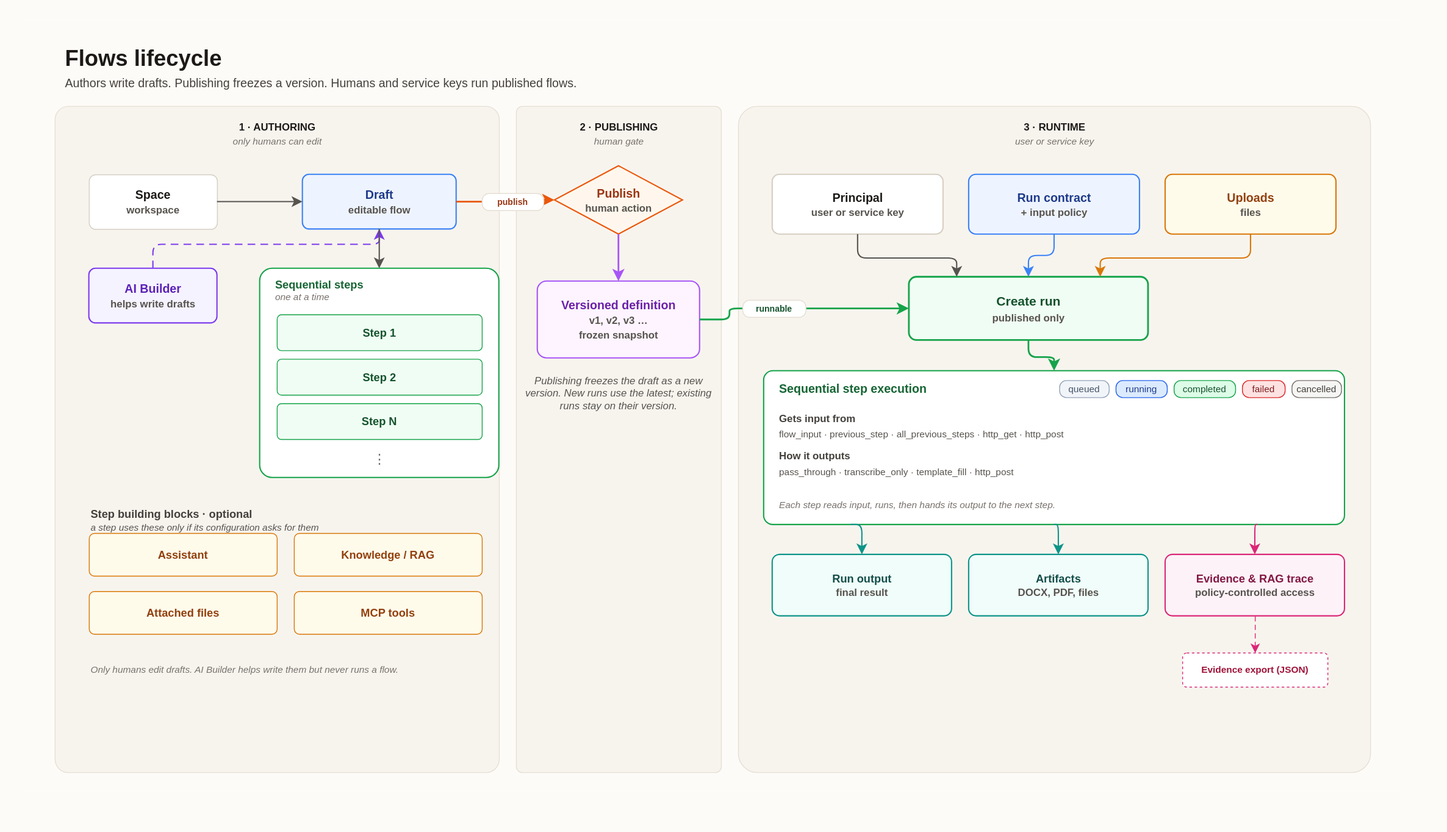
eneo-ai/eneo keeps this draw.io diagram as frontend/apps/docs-site/public/diagrams/flows-overview.svg. Above is the earlier version. Source tidied: cells renumbered, new cells last; positions are measured from the earlier drawing's top-left corner, leaving out a move shared by most shapes.
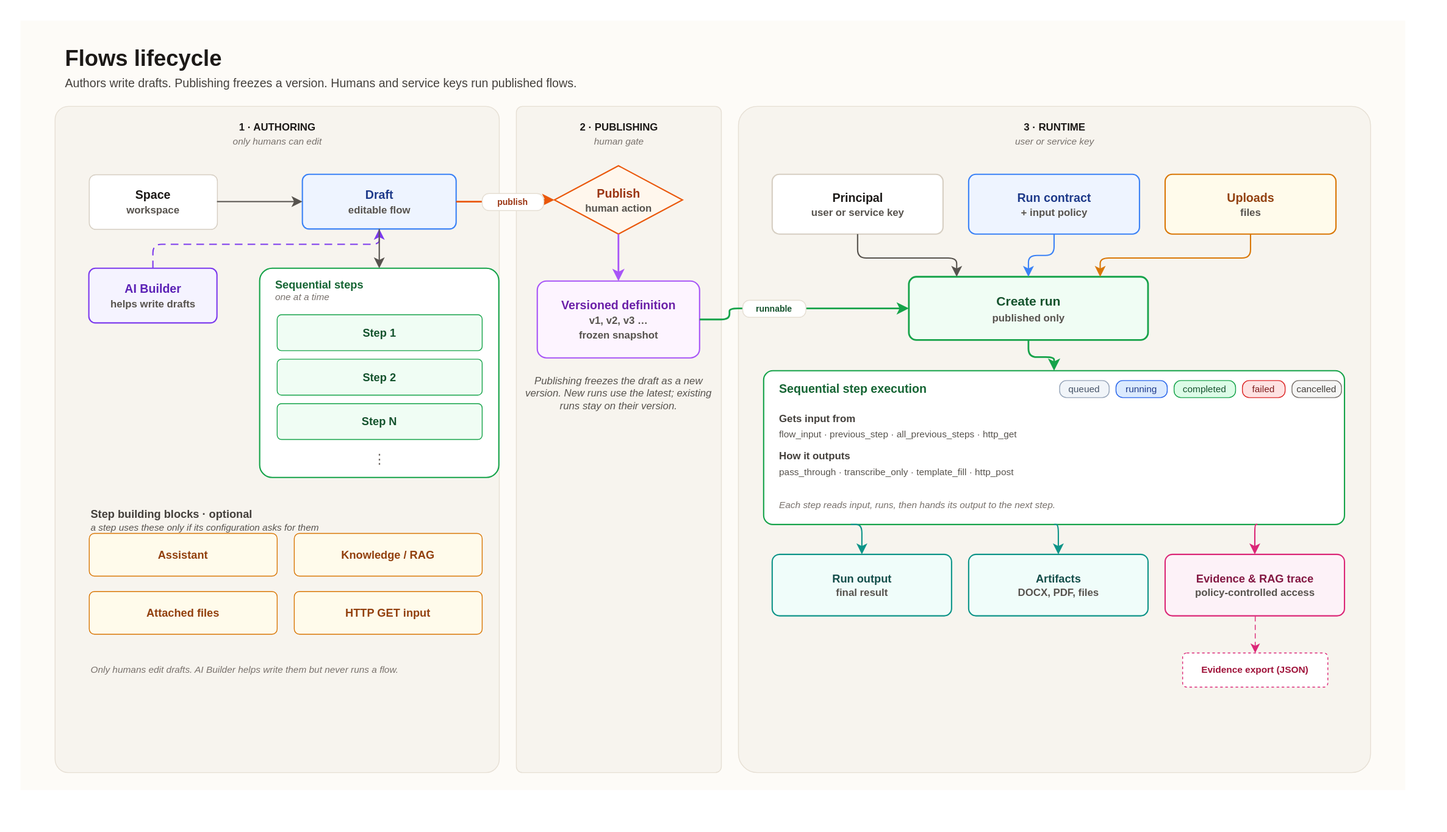
Later version of the same file.

What changed in the source:
```diff
@@ -83,7 +83,7 @@
     <mxCell id="28" value="Attached files" style="rounded=1;arcSize=12;whiteSpace=wrap;html=1;fillColor=#FFFBEB;strokeColor=#D97706;strokeWidth=1;fontSize=13;fontStyle=1;fontColor=#92400E;fontFamily=Helvetica;" parent="1" vertex="1">
       <mxGeometry x="80" y="668" width="220" height="50" as="geometry" />
     </mxCell>
-    <mxCell id="29" value="MCP tools" style="rounded=1;arcSize=12;whiteSpace=wrap;html=1;fillColor=#FFFBEB;strokeColor=#D97706;strokeWidth=1;fontSize=13;fontStyle=1;fontColor=#92400E;fontFamily=Helvetica;" parent="1" vertex="1">
+    <mxCell id="29" value="HTTP GET input" style="rounded=1;arcSize=12;whiteSpace=wrap;html=1;fillColor=#FFFBEB;strokeColor=#D97706;strokeWidth=1;fontSize=13;fontStyle=1;fontColor=#92400E;fontFamily=Helvetica;" parent="1" vertex="1">
       <mxGeometry x="320" y="668" width="220" height="50" as="geometry" />
     </mxCell>
     <mxCell id="30" value="Only humans edit drafts. AI Builder helps write them but never runs a flow." style="text;html=1;align=left;verticalAlign=middle;fontSize=11;fontColor=#78716C;fontStyle=2;fontFamily=Helvetica;whiteSpace=wrap;" parent="1" vertex="1">
@@ -134,7 +134,7 @@
     <mxCell id="45" value="Gets input from" style="text;html=1;align=left;verticalAlign=middle;fontSize=12;fontStyle=1;fontColor=#44403C;fontFamily=Helvetica;" parent="1" vertex="1">
       <mxGeometry x="886" y="458" width="300" height="16" as="geometry" />
     </mxCell>
-    <mxCell id="46" value="flow_input · previous_step · all_previous_steps · http_get · http_post" style="text;html=1;align=left;verticalAlign=middle;fontSize=11;fontColor=#57534E;fontFamily=Helvetica;" parent="1" vertex="1">
+    <mxCell id="46" value="flow_input · previous_step · all_previous_steps · http_get" style="text;html=1;align=left;verticalAlign=middle;fontSize=11;fontColor=#57534E;fontFamily=Helvetica;" parent="1" vertex="1">
       <mxGeometry x="886" y="476" width="660" height="16" as="geometry" />
     </mxCell>
     <mxCell id="47" value="How it outputs" style="text;html=1;align=left;verticalAlign=middle;fontSize=12;fontStyle=1;fontColor=#44403C;fontFamily=Helvetica;" parent="1" vertex="1">
```
